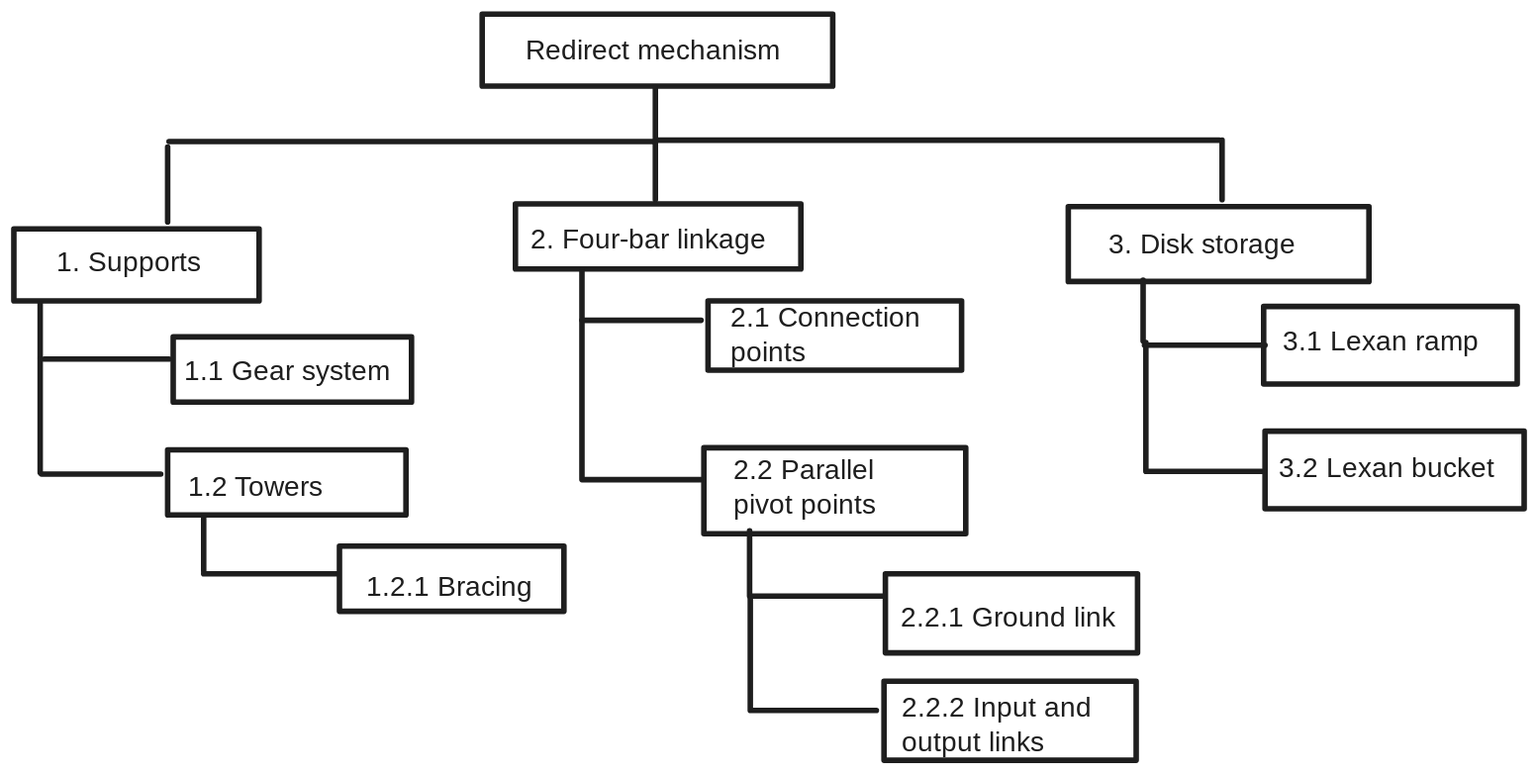
This is entries/redirect-mech/plan/redirect-mech-v1-wbs.excalidraw.svg from Area-53-Robotics/53D-High-Stakes-Notebook, a Excalidraw export, as it was before one commit. Source tidied: one line per element, renumbered; positions are measured from the earlier drawing's top-left corner, leaving out a move shared by most shapes.
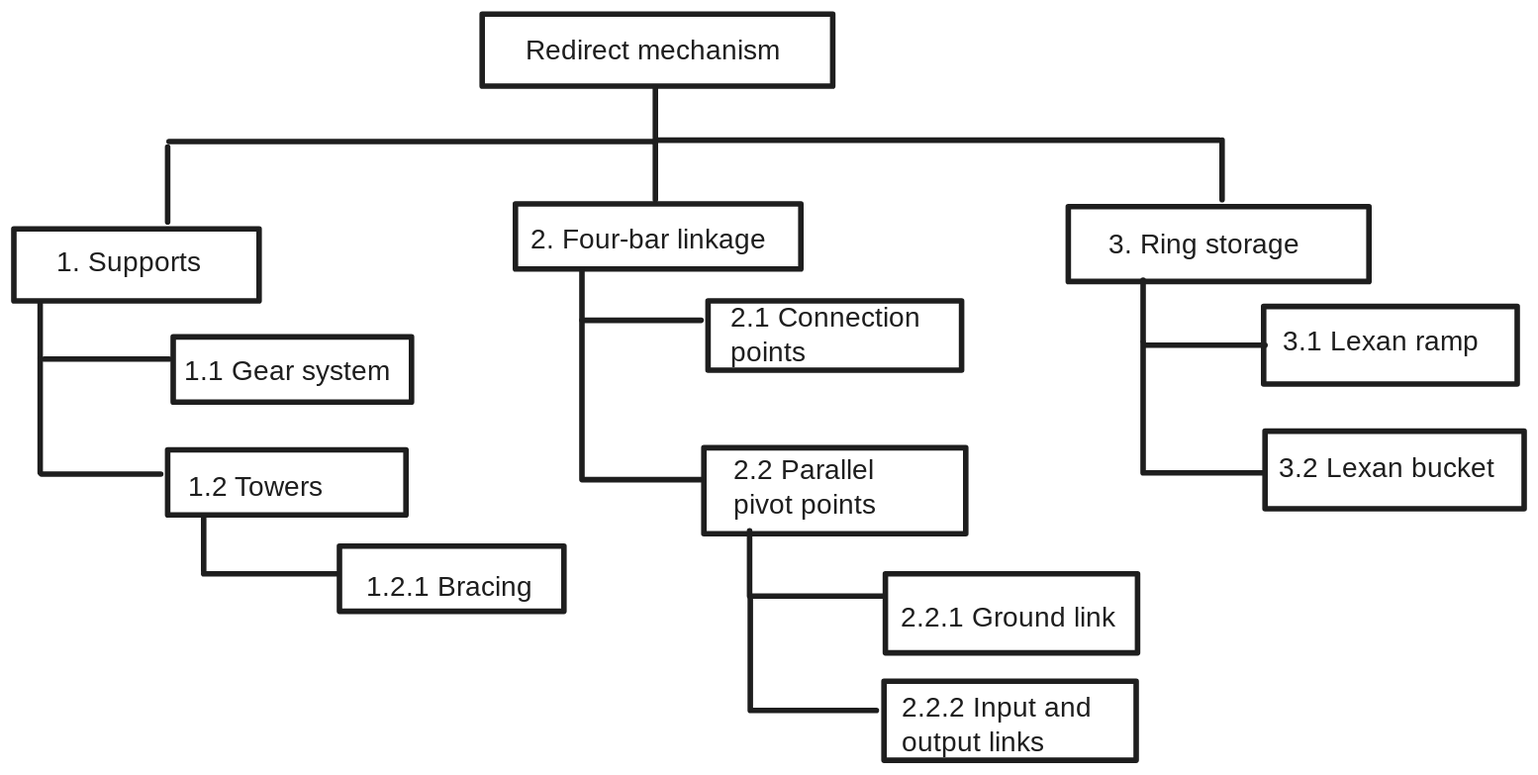
Later version of the same file.

Change to the diagram source:
```diff
@@ -35,11 +35,11 @@
 {"id": 34, "type": "line", "strokeColor": "#1e1e1e", "strokeWidth": 4, "roughness": 0, "x": 870, "y": 91, "width": 406, "height": 0, "points": [[0, 0], [-406, 0]]}
 {"id": 35, "type": "line", "strokeColor": "#1e1e1e", "strokeWidth": 4, "roughness": 0, "x": 872, "y": 91, "width": 0, "height": 43, "points": [[0, 0], [0, 43]]}
 {"id": 36, "type": "rectangle", "strokeColor": "#1e1e1e", "strokeWidth": 4, "roughness": 0, "x": 761, "y": 139, "width": 217, "height": 54}
-{"id": 37, "type": "text", "text": "3. Disk storage", "strokeColor": "#1e1e1e", "strokeWidth": 4, "roughness": 0, "fontSize": 20, "fontFamily": 1, "x": 790, "y": 155, "width": 156, "height": 25}
+{"id": 37, "type": "text", "text": "3. Ring storage", "strokeColor": "#1e1e1e", "strokeWidth": 4, "roughness": 0, "fontSize": 20, "fontFamily": 1, "x": 790, "y": 155, "width": 153, "height": 25}
 {"id": 38, "type": "line", "strokeColor": "#1e1e1e", "strokeWidth": 4, "roughness": 0, "x": 815, "y": 192, "width": 0, "height": 44, "points": [[0, 0], [0, 44]]}
 {"id": 39, "type": "line", "strokeColor": "#1e1e1e", "strokeWidth": 4, "roughness": 0, "x": 816, "y": 239, "width": 87, "height": 0, "points": [[0, 0], [87, 0]]}
 {"id": 40, "type": "rectangle", "strokeColor": "#1e1e1e", "strokeWidth": 4, "roughness": 0, "x": 902, "y": 211, "width": 183, "height": 56}
 {"id": 41, "type": "text", "text": "3.1 Lexan ramp ", "strokeColor": "#1e1e1e", "strokeWidth": 4, "roughness": 0, "fontSize": 20, "fontFamily": 1, "x": 916, "y": 225, "width": 156, "height": 25}
-{"id": 42, "type": "line", "strokeColor": "#1e1e1e", "strokeWidth": 4, "roughness": 0, "x": 817, "y": 237, "width": 84, "height": 93, "points": [[0, 0], [0, 93], [84, 93]]}
+{"id": 42, "type": "line", "strokeColor": "#1e1e1e", "strokeWidth": 4, "roughness": 0, "x": 815, "y": 237, "width": 86, "height": 94, "points": [[0, 0], [0, 94], [86, 94]]}
 {"id": 43, "type": "rectangle", "strokeColor": "#1e1e1e", "strokeWidth": 4, "roughness": 0, "x": 903, "y": 301, "width": 187, "height": 56}
 {"id": 44, "type": "text", "text": "3.2 Lexan bucket", "strokeColor": "#1e1e1e", "strokeWidth": 4, "roughness": 0, "fontSize": 20, "fontFamily": 1, "x": 913, "y": 316, "width": 174, "height": 25}
```
